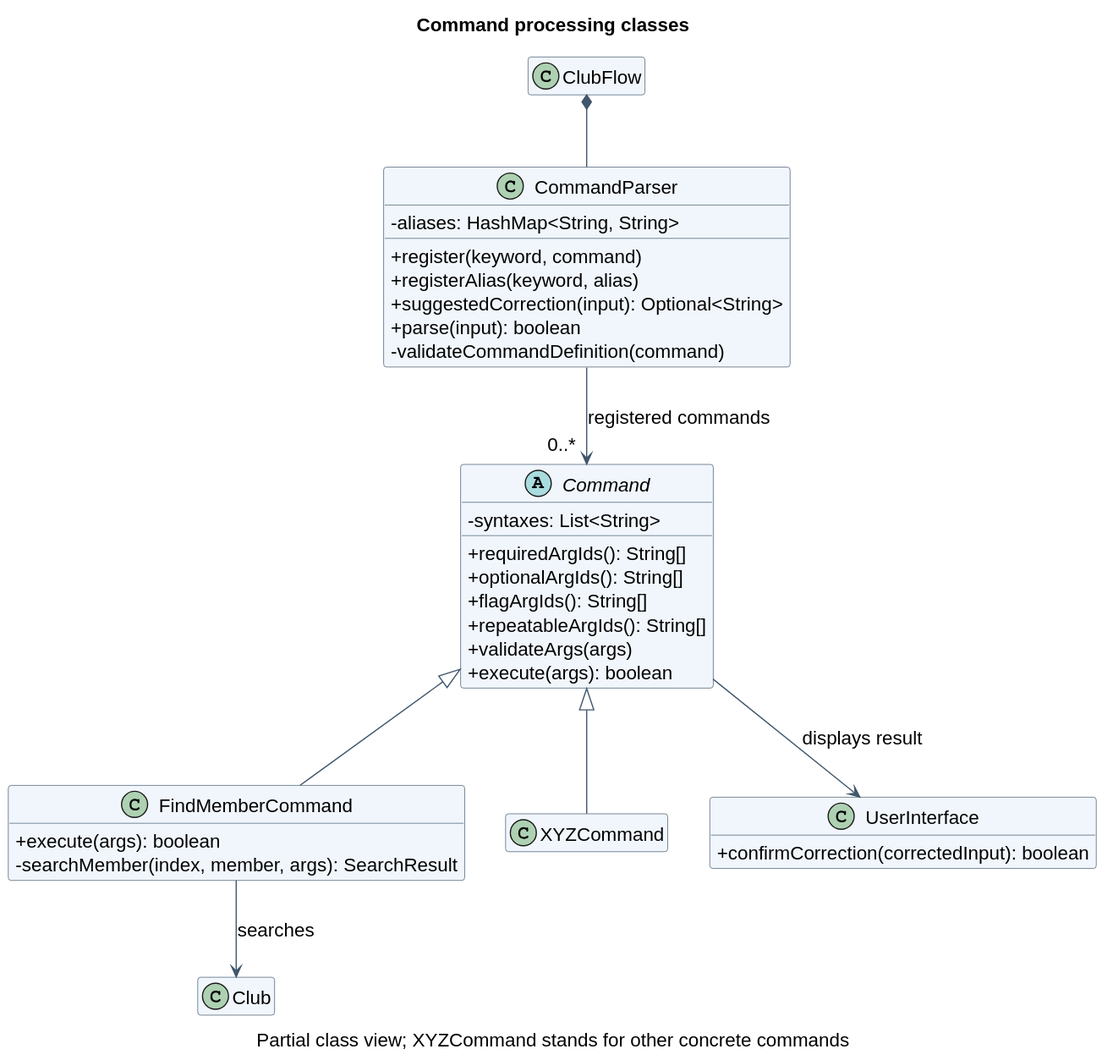
77chenchen/tp keeps this PlantUML diagram as docs/diagrams/architecture/LogicClass.svg. Above is the earlier version.
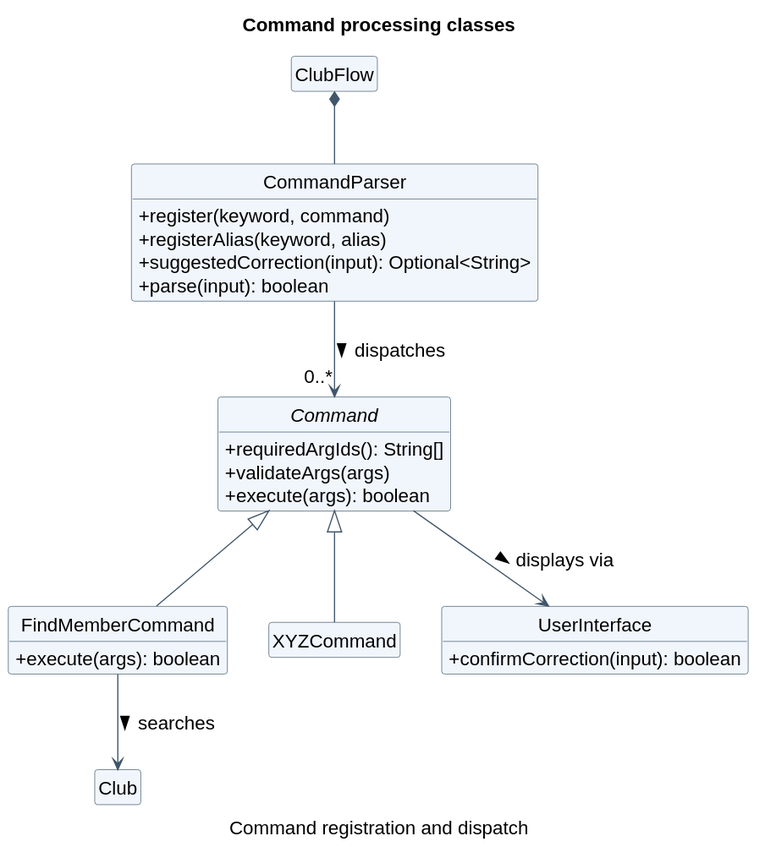
After the change.

The edit, as a diff of the source:
```diff
@@ -1,47 +1,41 @@
 @startuml
 !include ../shared/UmlStyle.iuml
 title Command processing classes
-caption Partial class view; XYZCommand stands for other concrete commands
+caption Command registration and dispatch
 top to bottom direction
 skinparam shadowing false
 skinparam ArrowColor #40566B
 skinparam classBackgroundColor #F1F6FC
 skinparam classBorderColor #40566B
 skinparam classAttributeIconSize 0
+hide circle
 hide empty members
 
 class ClubFlow
 class CommandParser {
-  -aliases: HashMap<String, String>
   +register(keyword, command)
   +registerAlias(keyword, alias)
   +suggestedCorrection(input): Optional<String>
   +parse(input): boolean
-  -validateCommandDefinition(command)
 }
 abstract class Command {
-  -syntaxes: List<String>
   +requiredArgIds(): String[]
-  +optionalArgIds(): String[]
-  +flagArgIds(): String[]
-  +repeatableArgIds(): String[]
   +validateArgs(args)
   +execute(args): boolean
 }
 class FindMemberCommand {
   +execute(args): boolean
-  -searchMember(index, member, args): SearchResult
 }
 class XYZCommand
 class Club
 class UserInterface {
-  +confirmCorrection(correctedInput): boolean
+  +confirmCorrection(input): boolean
 }
 
 ClubFlow *-- CommandParser
-CommandParser --> "0..*  " Command : registered commands
+CommandParser --> "0..*" Command : dispatches >
 Command <|-- FindMemberCommand
 Command <|-- XYZCommand
-FindMemberCommand --> Club : searches
-Command --> UserInterface : displays result
+FindMemberCommand --> Club : searches >
+Command --> UserInterface : displays via >
 @enduml
```
